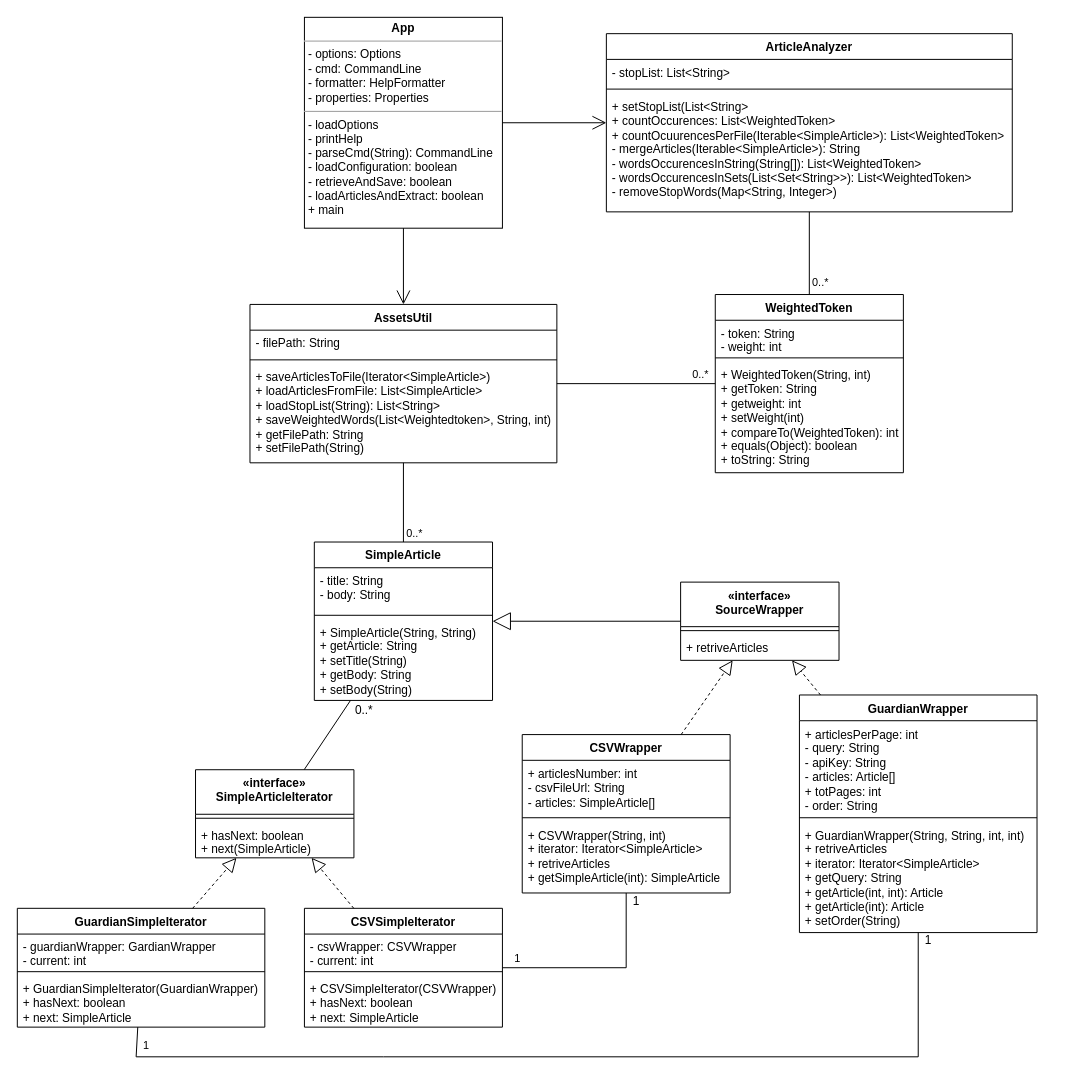
The draw.io diagram documentation/class_diagram.drawio in GustavoFrittole/EisProject, before the edit. Source tidied: cells renumbered, new cells numbered last; positions are measured from the earlier drawing's top-left corner, leaving out a move shared by most shapes. Both pictures are drawn from the tidied source at 99%, with x=0, y=0 at pixel (17, 17).
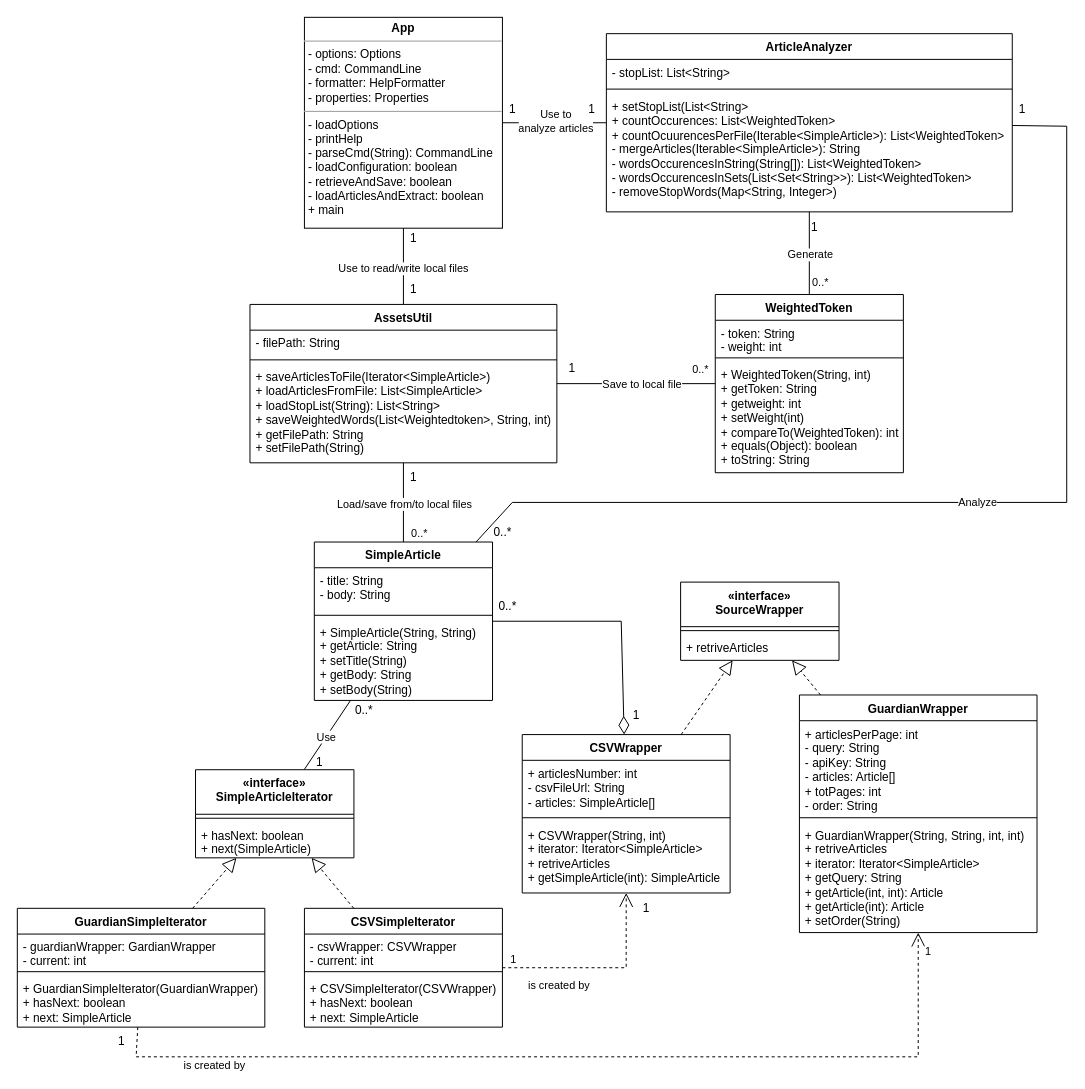
After the change.

Unchanged cells that the change refers to:
```xml
<mxCell id="2" value="&lt;p style=&quot;margin:0px;margin-top:4px;text-align:center;&quot;&gt;&lt;b&gt;App&lt;/b&gt;&lt;/p&gt;&lt;hr size=&quot;1&quot;&gt;&lt;p style=&quot;margin:0px;margin-left:4px;&quot;&gt;- options: Options&lt;span style=&quot;white-space: pre;&quot;&gt;&#9;&lt;/span&gt;&lt;br&gt;- cmd: CommandLine&lt;/p&gt;&lt;p style=&quot;margin:0px;margin-left:4px;&quot;&gt;- formatter: HelpFormatter&lt;/p&gt;&lt;p style=&quot;margin:0px;margin-left:4px;&quot;&gt;- properties: Properties&lt;/p&gt;&lt;hr size=&quot;1&quot;&gt;&lt;p style=&quot;margin:0px;margin-left:4px;&quot;&gt;- loadOptions&lt;br&gt;- printHelp&lt;/p&gt;&lt;p style=&quot;margin:0px;margin-left:4px;&quot;&gt;- parseCmd(String): CommandLine&lt;/p&gt;&lt;p style=&quot;margin:0px;margin-left:4px;&quot;&gt;- loadConfiguration: boolean&lt;/p&gt;&lt;p style=&quot;margin:0px;margin-left:4px;&quot;&gt;- retrieveAndSave: boolean&lt;/p&gt;&lt;p style=&quot;margin:0px;margin-left:4px;&quot;&gt;- loadArticlesAndExtract: boolean&lt;/p&gt;&lt;p style=&quot;margin:0px;margin-left:4px;&quot;&gt;+ main&lt;/p&gt;&lt;p style=&quot;margin:0px;margin-left:4px;&quot;&gt;&lt;br&gt;&lt;/p&gt;" style="verticalAlign=top;align=left;overflow=fill;fontSize=12;fontFamily=Helvetica;html=1;rounded=0;shadow=0;comic=0;labelBackgroundColor=none;strokeWidth=1;" parent="1" vertex="1">
  <mxGeometry x="290" width="200" height="213" as="geometry" />
</mxCell>
<mxCell id="3" value="«interface»&lt;br&gt;SourceWrapper" style="swimlane;fontStyle=1;align=center;verticalAlign=top;horizontal=1;startSize=45;whiteSpace=wrap;html=1;" parent="1" vertex="1">
  <mxGeometry x="670" y="570.5" width="160" height="79" as="geometry" />
</mxCell>
<mxCell id="6" style="endArrow=none;endSize=16;endFill=0;html=1;rounded=0;" parent="1" edge="1" source="11" target="7">
  <mxGeometry relative="1" as="geometry" />
</mxCell>
<mxCell id="7" value="SimpleArticle" style="swimlane;fontStyle=1;align=center;verticalAlign=top;horizontal=1;startSize=26;whiteSpace=wrap;html=1;" parent="1" vertex="1">
  <mxGeometry x="300" y="530" width="180" height="160" as="geometry" />
</mxCell>
<mxCell id="15" value="AssetsUtil" style="swimlane;fontStyle=1;align=center;verticalAlign=top;horizontal=1;startSize=26;whiteSpace=wrap;html=1;" parent="1" vertex="1">
  <mxGeometry x="235" y="290" width="310" height="160" as="geometry" />
</mxCell>
<mxCell id="19" value="GuardianSimpleIterator" style="swimlane;fontStyle=1;align=center;verticalAlign=top;horizontal=1;startSize=26;whiteSpace=wrap;html=1;" parent="1" vertex="1">
  <mxGeometry y="900" width="250" height="120" as="geometry" />
</mxCell>
<mxCell id="23" value="CSVWrapper" style="swimlane;fontStyle=1;align=center;verticalAlign=top;horizontal=1;startSize=26;whiteSpace=wrap;html=1;" parent="1" vertex="1">
  <mxGeometry x="510" y="724.5" width="210" height="160" as="geometry" />
</mxCell>
<mxCell id="27" value="GuardianWrapper" style="swimlane;fontStyle=1;align=center;verticalAlign=top;horizontal=1;startSize=26;whiteSpace=wrap;html=1;" parent="1" vertex="1">
  <mxGeometry x="790" y="684.5" width="240" height="240" as="geometry" />
</mxCell>
<mxCell id="31" value="CSVSimpleIterator" style="swimlane;fontStyle=1;align=center;verticalAlign=top;horizontal=1;startSize=26;whiteSpace=wrap;html=1;" parent="1" vertex="1">
  <mxGeometry x="290" y="900" width="200" height="120" as="geometry" />
</mxCell>
<mxCell id="35" value="ArticleAnalyzer" style="swimlane;fontStyle=1;align=center;verticalAlign=top;horizontal=1;startSize=26;whiteSpace=wrap;html=1;" parent="1" vertex="1">
  <mxGeometry x="595" y="16.5" width="410" height="180" as="geometry" />
</mxCell>
<mxCell id="47" style="endArrow=none;html=1;rounded=0;endFill=0;" parent="1" edge="1" source="15" target="39">
  <mxGeometry relative="1" as="geometry" />
</mxCell>
<mxCell id="49" style="endArrow=none;endSize=12;html=1;rounded=0;endFill=0;" parent="1" edge="1" source="35" target="39">
  <mxGeometry relative="1" as="geometry" />
</mxCell>
<mxCell id="53" style="endArrow=none;endSize=12;html=1;rounded=0;endFill=0;" parent="1" edge="1" source="15" target="7">
  <mxGeometry relative="1" as="geometry" />
</mxCell>
```

What changed in the source:
```diff
@@
+    <mxCell id="62" value="Use" style="edgeLabel;html=1;align=center;verticalAlign=middle;" parent="6" vertex="1">
+      <mxGeometry x="-0.06" y="1" relative="1" as="geometry" />
+    </mxCell>
@@
-    <mxCell id="14" style="endArrow=block;endSize=16;endFill=0;html=1;rounded=0;" parent="1" edge="1" source="3" target="7">
-      <mxGeometry relative="1" as="geometry" />
+    <mxCell id="14" style="endArrow=diamondThin;endSize=16;endFill=0;html=1;rounded=0;" parent="1" edge="1" source="7" target="23">
+      <mxGeometry relative="1" as="geometry">
+        <Array as="points">
+          <mxPoint x="610" y="610" />
+        </Array>
+      </mxGeometry>
     </mxCell>
@@
     <mxCell id="48" value="0..*" style="edgeLabel;html=1;align=center;verticalAlign=middle;" parent="47" vertex="1">
       <mxGeometry x="0.83" y="-1" relative="1" as="geometry">
-        <mxPoint x="-2" y="-11" as="offset" />
+        <mxPoint x="-2" y="-16" as="offset" />
       </mxGeometry>
     </mxCell>
+    <mxCell id="63" value="Save to local file" style="edgeLabel;html=1;align=center;verticalAlign=middle;" parent="47" vertex="1">
+      <mxGeometry x="0.06" relative="1" as="geometry" />
+    </mxCell>
@@
+    <mxCell id="64" value="Generate" style="edgeLabel;html=1;align=center;verticalAlign=middle;" parent="49" vertex="1">
+      <mxGeometry x="0.04" relative="1" as="geometry" />
+    </mxCell>
-    <mxCell id="51" style="endArrow=open;endFill=0;endSize=12;html=1;rounded=0;" parent="1" edge="1" source="2" target="15">
+    <mxCell id="51" style="endArrow=none;endFill=0;endSize=12;html=1;rounded=0;" parent="1" edge="1" source="2" target="15">
       <mxGeometry relative="1" as="geometry" />
     </mxCell>
+    <mxCell id="65" value="Use to read/write local files" style="edgeLabel;html=1;align=center;verticalAlign=middle;" parent="51" vertex="1">
+      <mxGeometry x="0.03" y="-1" relative="1" as="geometry" />
+    </mxCell>
-    <mxCell id="52" style="endArrow=open;endFill=0;endSize=12;html=1;rounded=0;" parent="1" edge="1" source="2" target="35">
+    <mxCell id="52" style="endArrow=none;endFill=0;endSize=12;html=1;rounded=0;" parent="1" edge="1" source="2" target="35">
       <mxGeometry relative="1" as="geometry" />
     </mxCell>
+    <mxCell id="66" value="Use to &lt;br&gt;analyze articles" style="edgeLabel;html=1;align=center;verticalAlign=middle;" parent="52" vertex="1">
+      <mxGeometry x="0.01" y="2" relative="1" as="geometry" />
+    </mxCell>
@@
     <mxCell id="54" value="0..*" style="edgeLabel;html=1;align=center;verticalAlign=middle;" parent="53" vertex="1">
       <mxGeometry x="0.64" relative="1" as="geometry">
-        <mxPoint x="10" y="4" as="offset" />
+        <mxPoint x="15" y="4" as="offset" />
       </mxGeometry>
     </mxCell>
+    <mxCell id="67" value="Load/save from/to local files" style="edgeLabel;html=1;align=center;verticalAlign=middle;" parent="53" vertex="1">
+      <mxGeometry x="0.02" relative="1" as="geometry" />
+    </mxCell>
-    <mxCell id="55" style="endArrow=none;endSize=12;html=1;rounded=0;endFill=0;" parent="1" edge="1" source="27" target="19">
+    <mxCell id="55" style="endArrow=open;endSize=12;html=1;rounded=0;endFill=0;dashed=1;" parent="1" edge="1" source="19" target="27">
       <mxGeometry relative="1" as="geometry">
         <Array as="points">
+          <mxPoint x="120" y="1050" />
+          <mxPoint x="370" y="1050" />
           <mxPoint x="910" y="1050" />
-          <mxPoint x="370" y="1050" />
-          <mxPoint x="120" y="1050" />
         </Array>
       </mxGeometry>
     </mxCell>
@@
+    <mxCell id="68" value="is created by" style="edgeLabel;html=1;align=center;verticalAlign=middle;" parent="55" vertex="1">
+      <mxGeometry x="-0.76" y="4" relative="1" as="geometry">
+        <mxPoint x="-4" y="12" as="offset" />
+      </mxGeometry>
+    </mxCell>
-    <mxCell id="57" style="endArrow=none;endSize=12;html=1;rounded=0;endFill=0;" parent="1" edge="1" source="23" target="31">
+    <mxCell id="57" style="endArrow=open;endSize=12;html=1;rounded=0;endFill=0;dashed=1;" parent="1" edge="1" source="31" target="23">
       <mxGeometry relative="1" as="geometry">
         <Array as="points">
           <mxPoint x="615" y="960" />
         </Array>
       </mxGeometry>
     </mxCell>
     <mxCell id="58" value="1" style="edgeLabel;html=1;align=center;verticalAlign=middle;" parent="57" vertex="1">
       <mxGeometry x="0.86" y="-1" relative="1" as="geometry">
-        <mxPoint y="-9" as="offset" />
+        <mxPoint x="-116" y="52" as="offset" />
       </mxGeometry>
     </mxCell>
+    <mxCell id="69" value="is created by" style="edgeLabel;html=1;align=center;verticalAlign=middle;" parent="57" vertex="1">
+      <mxGeometry x="-0.44" y="3" relative="1" as="geometry">
+        <mxPoint y="20" as="offset" />
+      </mxGeometry>
+    </mxCell>
@@
     <mxCell id="60" value="1" style="text;html=1;align=center;verticalAlign=middle;strokeColor=none;fillColor=none;" parent="1" vertex="1">
-      <mxGeometry x="610" y="878" width="30" height="30" as="geometry" />
+      <mxGeometry x="620" y="884.5" width="30" height="30" as="geometry" />
     </mxCell>
     <mxCell id="61" value="1" style="text;html=1;align=center;verticalAlign=middle;strokeColor=none;fillColor=none;" parent="1" vertex="1">
-      <mxGeometry x="905" y="918" width="30" height="30" as="geometry" />
+      <mxGeometry x="90" y="1020" width="30" height="30" as="geometry" />
     </mxCell>
+    <mxCell id="70" value="1" style="text;html=1;align=center;verticalAlign=middle;strokeColor=none;fillColor=none;" parent="1" vertex="1">
+      <mxGeometry x="385" y="450" width="30" height="30" as="geometry" />
+    </mxCell>
+    <mxCell id="71" value="1" style="text;html=1;align=center;verticalAlign=middle;strokeColor=none;fillColor=none;" parent="1" vertex="1">
+      <mxGeometry x="385" y="260" width="30" height="30" as="geometry" />
+    </mxCell>
+    <mxCell id="72" value="1" style="text;html=1;align=center;verticalAlign=middle;strokeColor=none;fillColor=none;" parent="1" vertex="1">
+      <mxGeometry x="385" y="208" width="30" height="30" as="geometry" />
+    </mxCell>
+    <mxCell id="73" value="1" style="text;html=1;align=center;verticalAlign=middle;strokeColor=none;fillColor=none;" parent="1" vertex="1">
+      <mxGeometry x="485" y="78" width="30" height="30" as="geometry" />
+    </mxCell>
+    <mxCell id="74" value="1" style="text;html=1;align=center;verticalAlign=middle;strokeColor=none;fillColor=none;" parent="1" vertex="1">
+      <mxGeometry x="565" y="78" width="30" height="30" as="geometry" />
+    </mxCell>
+    <mxCell id="75" value="1" style="text;html=1;align=center;verticalAlign=middle;strokeColor=none;fillColor=none;" parent="1" vertex="1">
+      <mxGeometry x="790" y="196.5" width="30" height="30" as="geometry" />
+    </mxCell>
+    <mxCell id="76" value="1" style="text;html=1;align=center;verticalAlign=middle;strokeColor=none;fillColor=none;" parent="1" vertex="1">
+      <mxGeometry x="545" y="340" width="30" height="30" as="geometry" />
+    </mxCell>
+    <mxCell id="77" value="Analyze" style="endArrow=none;endSize=12;html=1;rounded=0;endFill=0;" parent="1" edge="1" source="35" target="7">
+      <mxGeometry relative="1" as="geometry">
+        <Array as="points">
+          <mxPoint x="1060" y="110" />
+          <mxPoint x="1060" y="490" />
+          <mxPoint x="500" y="490" />
+        </Array>
+      </mxGeometry>
+    </mxCell>
+    <mxCell id="78" value="1" style="text;html=1;align=center;verticalAlign=middle;strokeColor=none;fillColor=none;" parent="1" vertex="1">
+      <mxGeometry x="1000" y="78" width="30" height="30" as="geometry" />
+    </mxCell>
+    <mxCell id="79" value="0..*" style="text;html=1;align=center;verticalAlign=middle;strokeColor=none;fillColor=none;" parent="1" vertex="1">
+      <mxGeometry x="470" y="505" width="40" height="30" as="geometry" />
+    </mxCell>
+    <mxCell id="80" value="1" style="text;html=1;align=center;verticalAlign=middle;strokeColor=none;fillColor=none;" parent="1" vertex="1">
+      <mxGeometry x="290" y="738" width="30" height="30" as="geometry" />
+    </mxCell>
+    <mxCell id="81" value="0..*" style="text;html=1;align=center;verticalAlign=middle;strokeColor=none;fillColor=none;" parent="1" vertex="1">
+      <mxGeometry x="475" y="580" width="40" height="30" as="geometry" />
+    </mxCell>
+    <mxCell id="82" value="1" style="text;html=1;align=center;verticalAlign=middle;strokeColor=none;fillColor=none;" parent="1" vertex="1">
+      <mxGeometry x="610" y="690" width="30" height="30" as="geometry" />
+    </mxCell>
```
